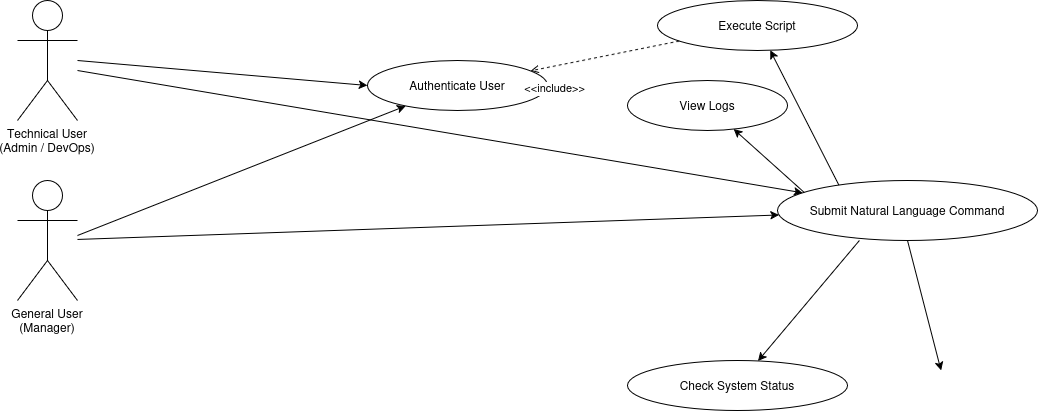
Before: 2_UML/uml_diagram.png, a diagram exported from draw.io (iampruh887/CS331). Source tidied: cells renumbered, new cells last; positions are measured from the earlier drawing's top-left corner, leaving out a move shared by most shapes.
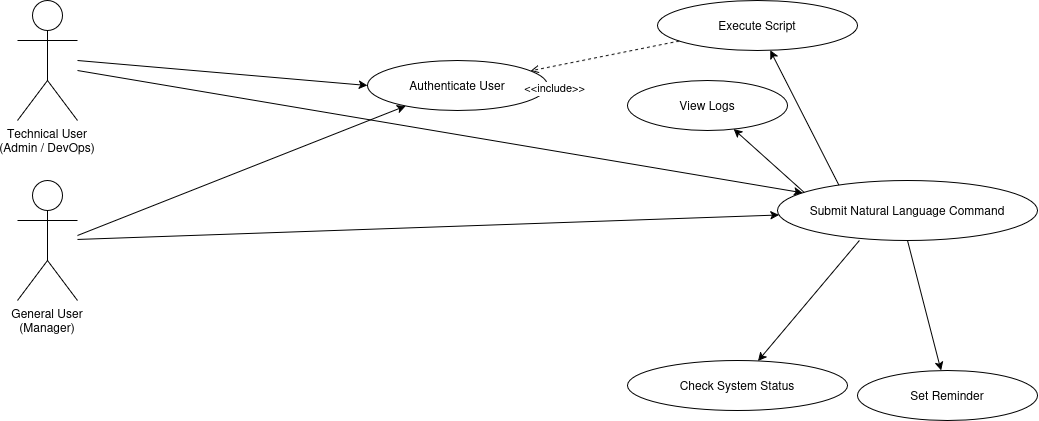
After the change.

What changed in the source:
```diff
@@ -35,10 +35,8 @@
     <mxCell id="10" style="exitX=0.315;exitY=1;exitDx=0;exitDy=0;exitPerimeter=0;" parent="1" edge="1" source="13" target="16">
       <mxGeometry relative="1" as="geometry" />
     </mxCell>
-    <mxCell id="11" style="exitX=0.5;exitY=1;exitDx=0;exitDy=0;" parent="1" edge="1" source="13">
-      <mxGeometry relative="1" as="geometry">
-        <mxPoint x="923.6" y="370.1" as="targetPoint" />
-      </mxGeometry>
+    <mxCell id="11" style="exitX=0.5;exitY=1;exitDx=0;exitDy=0;" parent="1" edge="1" source="13" target="18">
+      <mxGeometry relative="1" as="geometry" />
     </mxCell>
     <mxCell id="12" value="Authenticate User" style="ellipse;whiteSpace=wrap;html=1;" parent="1" vertex="1">
       <mxGeometry x="350" y="60" width="180" height="50" as="geometry" />
@@ -55,6 +53,9 @@
     <mxCell id="16" value="Check System Status" style="ellipse;whiteSpace=wrap;html=1;" parent="1" vertex="1">
       <mxGeometry x="610" y="360" width="220" height="50" as="geometry" />
     </mxCell>
+    <mxCell id="18" value="Set Reminder" style="ellipse;whiteSpace=wrap;html=1;" parent="1" vertex="1">
+      <mxGeometry x="840" y="370" width="180" height="50" as="geometry" />
+    </mxCell>
     <mxCell id="17" value="&lt;&lt;include&gt;&gt;" style="dashed=1;endArrow=open;" parent="1" edge="1" source="14" target="12">
       <mxGeometry x="0.71" y="22" relative="1" as="geometry">
         <mxPoint x="-1" as="offset" />
```
